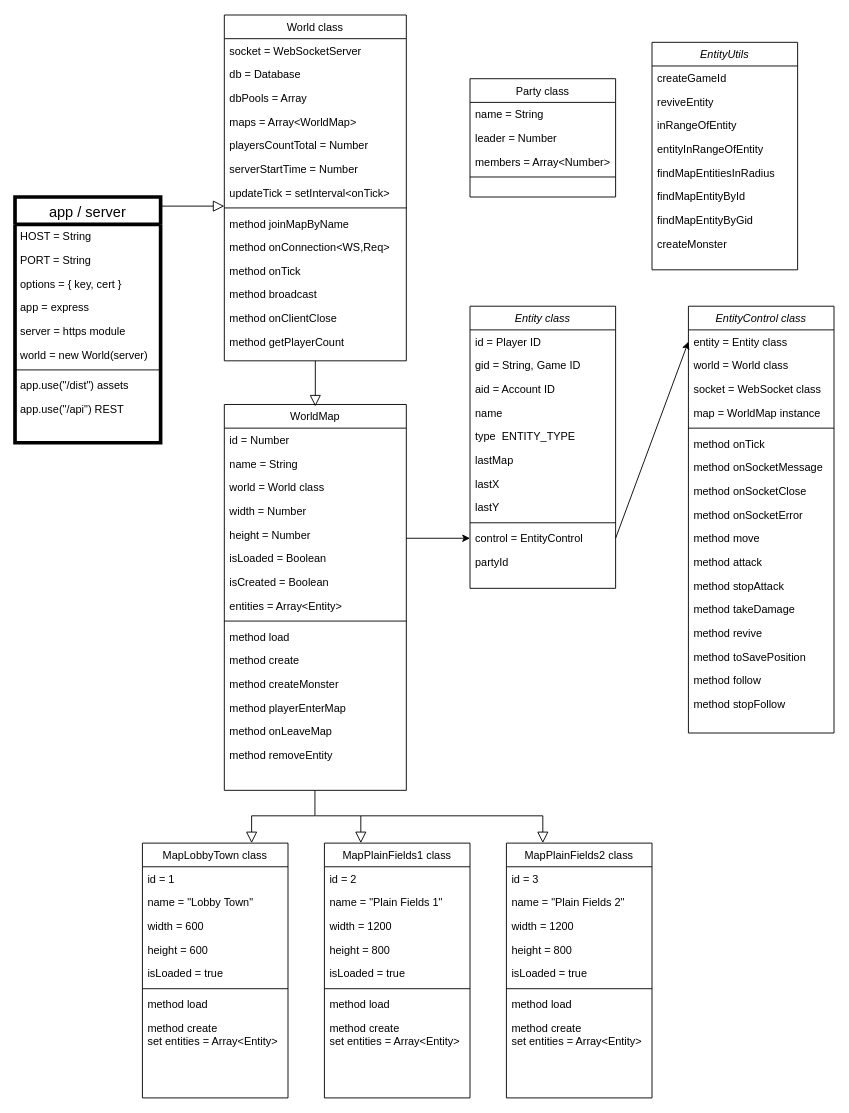
Before: docs/diagram.drawio in Sehrentos/nodejs-game-server, a draw.io diagram. Source tidied: cells renumbered, new cells numbered last; positions are measured from the earlier drawing's top-left corner, leaving out a move shared by most shapes. Both pictures are drawn from the tidied source at 91%, with x=0, y=0 at pixel (15, 15).
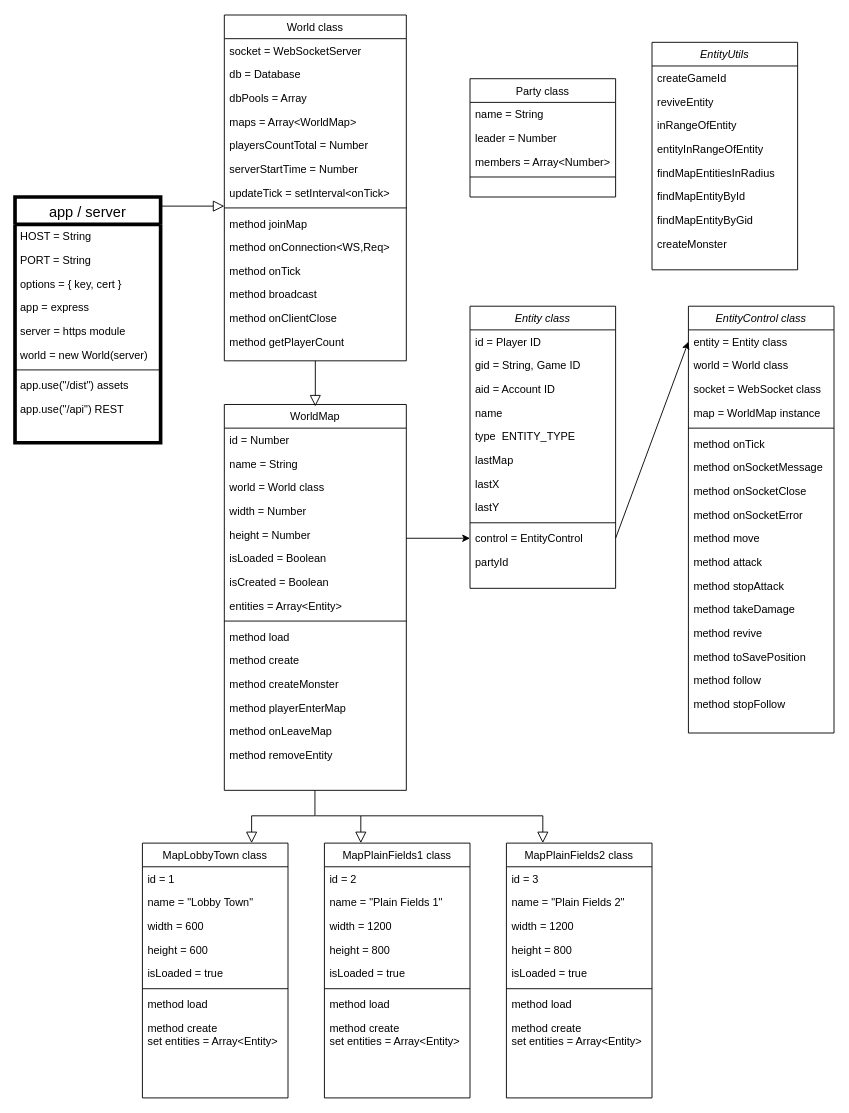
The same page after the edit.

The change refers to these unchanged cells:
```xml
<mxCell id="82" value="World class" style="swimlane;fontStyle=0;align=center;verticalAlign=top;horizontal=1;startSize=26;rounded=0;shadow=0;strokeWidth=1;" parent="1" vertex="1">
  <mxGeometry x="230" width="200" height="380" as="geometry" />
</mxCell>
```

What changed in the source:
```diff
@@
-    <mxCell id="91" value="method joinMapByName" style="text;align=left;verticalAlign=top;spacingLeft=4;spacingRight=4;overflow=hidden;rounded=0;shadow=0;html=0;" parent="82" vertex="1">
+    <mxCell id="91" value="method joinMap" style="text;align=left;verticalAlign=top;spacingLeft=4;spacingRight=4;overflow=hidden;rounded=0;shadow=0;html=0;" parent="82" vertex="1">
       <mxGeometry y="216" width="200" height="26" as="geometry" />
     </mxCell>
```
